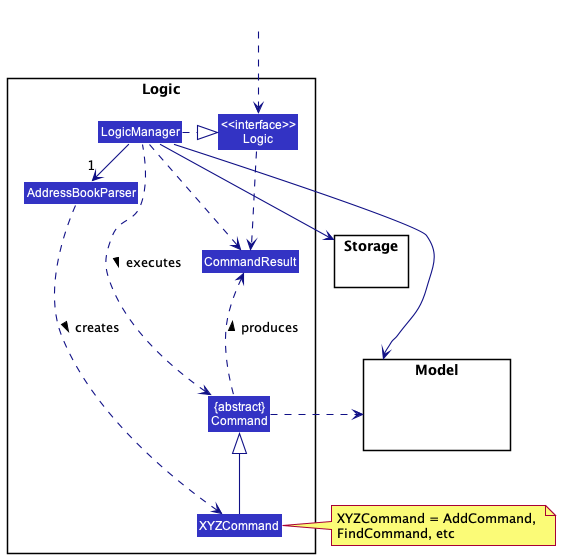
Before: docs/images/LogicClassDiagram.png, a diagram exported from PlantUML (nus-cs2103-AY2223S2/tp).
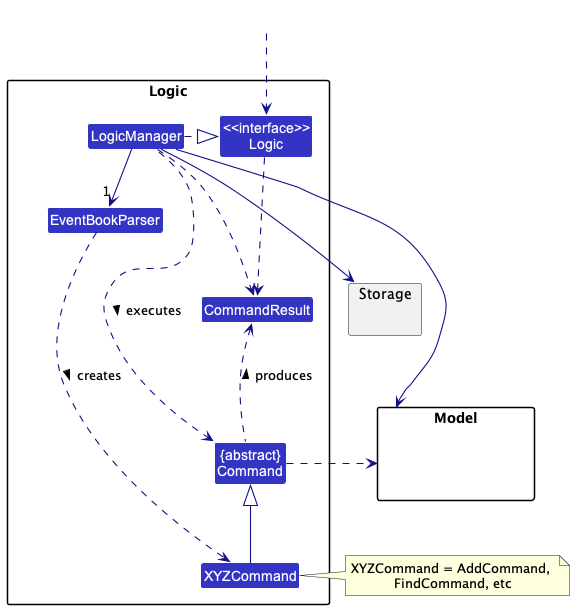
The same file after the commit.

Diff of the diagram source:
```diff
@@ -6,7 +6,7 @@
 
 package Logic {
 
-Class AddressBookParser
+Class EventBookParser
 Class XYZCommand
 Class CommandResult
 Class "{abstract}\nCommand" as Command
@@ -27,8 +27,8 @@
 HiddenOutside ..> Logic
 
 LogicManager .right.|> Logic
-LogicManager -right->"1" AddressBookParser
-AddressBookParser ..> XYZCommand : creates >
+LogicManager -right->"1" EventBookParser
+EventBookParser ..> XYZCommand : creates >
 
 XYZCommand -up-|> Command
 LogicManager .left.> Command : executes >
```
